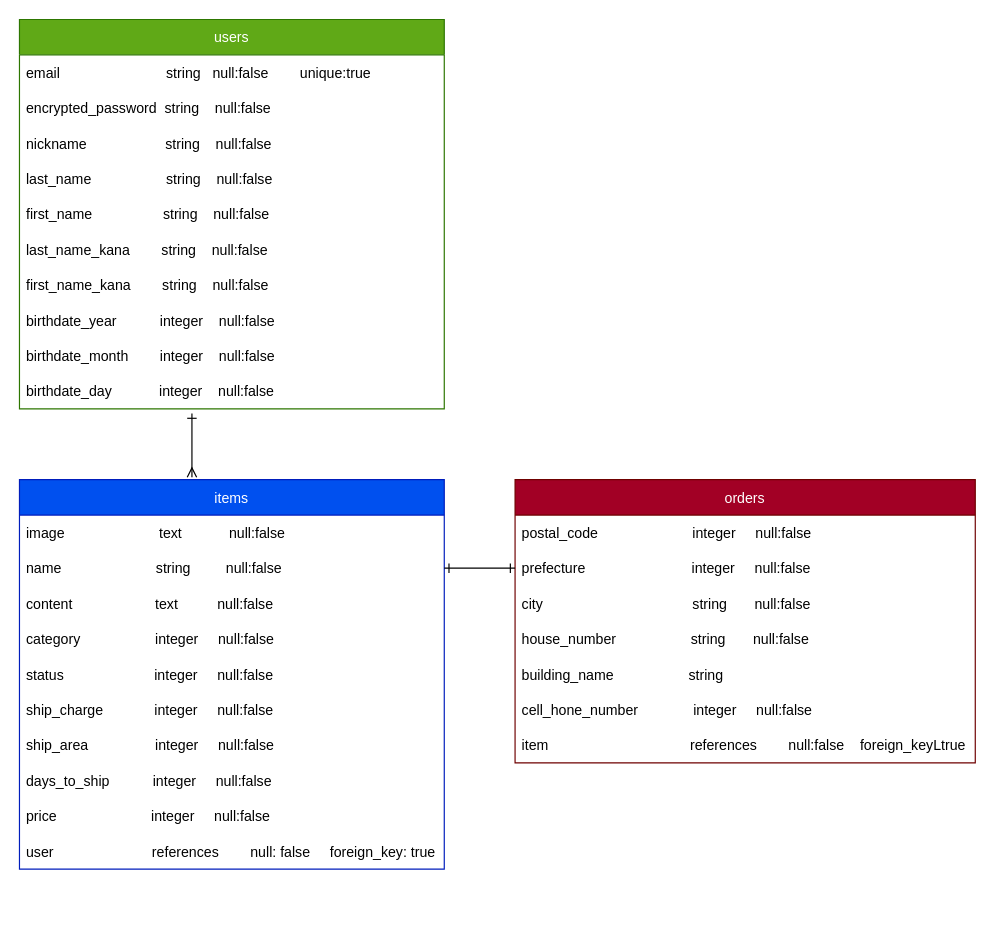
This is test.dio from Fuwa0319/furima-37397, a draw.io file, before an edit. Source tidied: cells renumbered, new cells numbered last; positions are measured from the earlier drawing's top-left corner, leaving out a move shared by most shapes. Both pictures are drawn from the tidied source at 118%, with x=0, y=0 at pixel (19, 19).
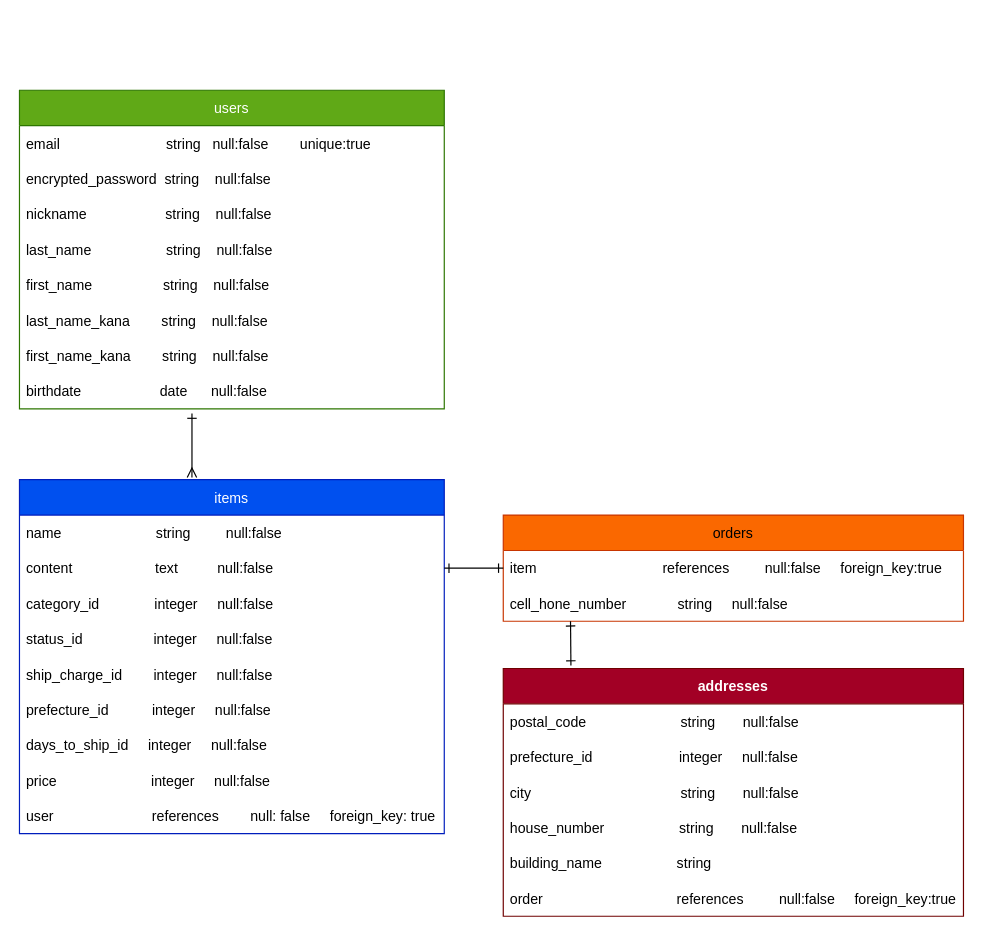
The same page after the edit.

What changed in the source:
```diff
@@
     <mxCell id="2" value="users" style="swimlane;fontStyle=0;horizontal=1;startSize=30;glass=0;swimlaneLine=1;rounded=0;shadow=0;strokeColor=#2D7600;fillColor=#60a917;swimlaneFillColor=default;fontColor=#ffffff;" parent="1" vertex="1">
-      <mxGeometry width="360" height="330" as="geometry" />
+      <mxGeometry y="60" width="360" height="270" as="geometry" />
     </mxCell>
@@
-    <mxCell id="10" value="birthdate_year           integer    null:false" style="text;strokeColor=none;fillColor=none;align=left;verticalAlign=middle;spacingLeft=4;spacingRight=4;overflow=hidden;" parent="2" vertex="1">
+    <mxCell id="10" value="birthdate                    date      null:false" style="text;strokeColor=none;fillColor=none;align=left;verticalAlign=middle;spacingLeft=4;spacingRight=4;overflow=hidden;" parent="2" vertex="1">
       <mxGeometry y="240" width="360" height="30" as="geometry" />
     </mxCell>
-    <mxCell id="11" value="birthdate_month        integer    null:false" style="text;strokeColor=none;fillColor=none;align=left;verticalAlign=middle;spacingLeft=4;spacingRight=4;overflow=hidden;" parent="2" vertex="1">
-      <mxGeometry y="270" width="360" height="30" as="geometry" />
-    </mxCell>
-    <mxCell id="12" value="birthdate_day            integer    null:false" style="text;strokeColor=none;fillColor=none;align=left;verticalAlign=middle;spacingLeft=4;spacingRight=4;overflow=hidden;points=[[0,0.5],[1,0.5]];portConstraint=eastwest;" parent="2" vertex="1">
-      <mxGeometry y="300" width="360" height="30" as="geometry" />
-    </mxCell>
     <mxCell id="13" value="items" style="swimlane;fontStyle=0;horizontal=1;startSize=30;fillColor=#0050ef;fontColor=#ffffff;strokeColor=#001DBC;swimlaneFillColor=default;" parent="1" vertex="1">
-      <mxGeometry y="390" width="360" height="330" as="geometry" />
+      <mxGeometry y="390" width="360" height="300" as="geometry" />
     </mxCell>
-    <mxCell id="14" value="image                        text            null:false" style="text;strokeColor=none;fillColor=none;align=left;verticalAlign=middle;spacingLeft=4;spacingRight=4;overflow=hidden;" parent="13" vertex="1">
-      <mxGeometry y="30" width="360" height="30" as="geometry" />
-    </mxCell>
     <mxCell id="15" value="name                        string         null:false" style="text;strokeColor=none;fillColor=none;align=left;verticalAlign=middle;spacingLeft=4;spacingRight=4;overflow=hidden;points=[[0,0.5],[1,0.5]];portConstraint=eastwest;" parent="13" vertex="1">
-      <mxGeometry y="60" width="360" height="30" as="geometry" />
+      <mxGeometry y="30" width="360" height="30" as="geometry" />
     </mxCell>
     <mxCell id="16" value="content                     text            null:false" style="text;strokeColor=none;fillColor=none;align=left;verticalAlign=middle;spacingLeft=4;spacingRight=4;overflow=hidden;points=[[0,0.5],[1,0.5]];portConstraint=eastwest;" parent="13" vertex="1">
-      <mxGeometry y="90" width="360" height="30" as="geometry" />
+      <mxGeometry y="60" width="360" height="30" as="geometry" />
     </mxCell>
-    <mxCell id="17" value="category                   integer     null:false" style="text;strokeColor=none;fillColor=none;align=left;verticalAlign=middle;spacingLeft=4;spacingRight=4;overflow=hidden;" parent="13" vertex="1">
-      <mxGeometry y="120" width="360" height="30" as="geometry" />
+    <mxCell id="17" value="category_id              integer     null:false" style="text;strokeColor=none;fillColor=none;align=left;verticalAlign=middle;spacingLeft=4;spacingRight=4;overflow=hidden;" parent="13" vertex="1">
+      <mxGeometry y="90" width="360" height="30" as="geometry" />
     </mxCell>
-    <mxCell id="18" value="status                       integer     null:false" style="text;strokeColor=none;fillColor=none;align=left;verticalAlign=middle;spacingLeft=4;spacingRight=4;overflow=hidden;" parent="13" vertex="1">
-      <mxGeometry y="150" width="360" height="30" as="geometry" />
+    <mxCell id="18" value="status_id                  integer     null:false" style="text;strokeColor=none;fillColor=none;align=left;verticalAlign=middle;spacingLeft=4;spacingRight=4;overflow=hidden;" parent="13" vertex="1">
+      <mxGeometry y="120" width="360" height="30" as="geometry" />
     </mxCell>
-    <mxCell id="19" value="ship_charge             integer     null:false" style="text;strokeColor=none;fillColor=none;align=left;verticalAlign=middle;spacingLeft=4;spacingRight=4;overflow=hidden;" parent="13" vertex="1">
-      <mxGeometry y="180" width="360" height="30" as="geometry" />
+    <mxCell id="19" value="ship_charge_id        integer     null:false" style="text;strokeColor=none;fillColor=none;align=left;verticalAlign=middle;spacingLeft=4;spacingRight=4;overflow=hidden;" parent="13" vertex="1">
+      <mxGeometry y="150" width="360" height="30" as="geometry" />
     </mxCell>
-    <mxCell id="20" value="ship_area                 integer     null:false" style="text;strokeColor=none;fillColor=none;align=left;verticalAlign=middle;spacingLeft=4;spacingRight=4;overflow=hidden;" parent="13" vertex="1">
-      <mxGeometry y="210" width="360" height="30" as="geometry" />
+    <mxCell id="20" value="prefecture_id           integer     null:false" style="text;strokeColor=none;fillColor=none;align=left;verticalAlign=middle;spacingLeft=4;spacingRight=4;overflow=hidden;" parent="13" vertex="1">
+      <mxGeometry y="180" width="360" height="30" as="geometry" />
     </mxCell>
-    <mxCell id="21" value="days_to_ship           integer     null:false" style="text;strokeColor=none;fillColor=none;align=left;verticalAlign=middle;spacingLeft=4;spacingRight=4;overflow=hidden;" parent="13" vertex="1">
-      <mxGeometry y="240" width="360" height="30" as="geometry" />
+    <mxCell id="21" value="days_to_ship_id     integer     null:false" style="text;strokeColor=none;fillColor=none;align=left;verticalAlign=middle;spacingLeft=4;spacingRight=4;overflow=hidden;" parent="13" vertex="1">
+      <mxGeometry y="210" width="360" height="30" as="geometry" />
     </mxCell>
     <mxCell id="22" value="price                        integer     null:false" style="text;strokeColor=none;fillColor=none;align=left;verticalAlign=middle;spacingLeft=4;spacingRight=4;overflow=hidden;fontStyle=0;" parent="13" vertex="1">
-      <mxGeometry y="270" width="360" height="30" as="geometry" />
+      <mxGeometry y="240" width="360" height="30" as="geometry" />
     </mxCell>
     <mxCell id="23" value="user                         references        null: false     foreign_key: true" style="text;strokeColor=none;fillColor=none;align=left;verticalAlign=middle;spacingLeft=4;spacingRight=4;overflow=hidden;fontStyle=0;" parent="13" vertex="1">
-      <mxGeometry y="300" width="360" height="30" as="geometry" />
+      <mxGeometry y="270" width="360" height="30" as="geometry" />
     </mxCell>
-    <mxCell id="24" value="orders" style="swimlane;fontStyle=0;horizontal=1;startSize=30;strokeColor=#6F0000;fillColor=#a20025;fontColor=#ffffff;swimlaneFillColor=default;perimeterSpacing=0;" parent="1" vertex="1">
-      <mxGeometry x="420" y="390" width="390" height="240" as="geometry" />
+    <mxCell id="24" value="addresses" style="swimlane;fontStyle=1;horizontal=1;startSize=30;strokeColor=#6F0000;fillColor=#a20025;fontColor=#ffffff;swimlaneFillColor=default;perimeterSpacing=0;" parent="1" vertex="1">
+      <mxGeometry x="410" y="550" width="390" height="210" as="geometry" />
     </mxCell>
-    <mxCell id="25" value="postal_code                        integer     null:false" style="text;strokeColor=none;fillColor=none;align=left;verticalAlign=middle;spacingLeft=4;spacingRight=4;overflow=hidden;perimeterSpacing=0;strokeWidth=1;" parent="24" vertex="1">
+    <mxCell id="25" value="postal_code                        string       null:false" style="text;strokeColor=none;fillColor=none;align=left;verticalAlign=middle;spacingLeft=4;spacingRight=4;overflow=hidden;perimeterSpacing=0;strokeWidth=1;" parent="24" vertex="1">
       <mxGeometry y="30" width="390" height="30" as="geometry" />
     </mxCell>
-    <mxCell id="26" value="prefecture                           integer     null:false" style="text;strokeColor=none;fillColor=none;align=left;verticalAlign=middle;spacingLeft=4;spacingRight=4;overflow=hidden;points=[[0,0.5],[1,0.5]];portConstraint=eastwest;" parent="24" vertex="1">
+    <mxCell id="26" value="prefecture_id                      integer     null:false" style="text;strokeColor=none;fillColor=none;align=left;verticalAlign=middle;spacingLeft=4;spacingRight=4;overflow=hidden;points=[[0,0.5],[1,0.5]];portConstraint=eastwest;" parent="24" vertex="1">
       <mxGeometry y="60" width="390" height="30" as="geometry" />
     </mxCell>
@@
+    <mxCell id="35" value="order                                  references         null:false     foreign_key:true" style="text;strokeColor=none;fillColor=none;align=left;verticalAlign=middle;spacingLeft=4;spacingRight=4;overflow=hidden;" parent="24" vertex="1">
+      <mxGeometry y="180" width="390" height="30" as="geometry" />
+    </mxCell>
+    <mxCell id="32" style="html=1;exitX=1;exitY=0.5;exitDx=0;exitDy=0;entryX=0;entryY=0.5;entryDx=0;entryDy=0;endArrow=ERone;endFill=0;strokeColor=none;startArrow=ERone;startFill=0;" parent="1" edge="1" source="15" target="26">
+      <mxGeometry relative="1" as="geometry" />
+    </mxCell>
+    <mxCell id="34" style="edgeStyle=none;html=1;exitX=0.406;exitY=1.133;exitDx=0;exitDy=0;entryX=0.406;entryY=-0.006;entryDx=0;entryDy=0;startArrow=ERone;startFill=0;endArrow=ERmany;endFill=0;entryPerimeter=0;exitPerimeter=0;" parent="1" edge="1" target="13">
+      <mxGeometry relative="1" as="geometry">
+        <mxPoint x="146.2" y="334" as="sourcePoint" />
+      </mxGeometry>
+    </mxCell>
+    <mxCell id="36" value="orders" style="swimlane;fontStyle=0;horizontal=1;startSize=30;fillColor=#fa6800;fontColor=#000000;strokeColor=#C73500;swimlaneFillColor=default;" parent="1" vertex="1">
+      <mxGeometry x="410" y="420" width="390" height="90" as="geometry" />
+    </mxCell>
+    <mxCell id="37" value="item                                references         null:false     foreign_key:true " style="text;strokeColor=none;fillColor=none;align=left;verticalAlign=middle;spacingLeft=4;spacingRight=4;overflow=hidden;" parent="36" vertex="1">
+      <mxGeometry y="30" width="390" height="30" as="geometry" />
+    </mxCell>
-    <mxCell id="30" value="cell_hone_number              integer     null:false" style="text;strokeColor=none;fillColor=none;align=left;verticalAlign=middle;spacingLeft=4;spacingRight=4;overflow=hidden;" parent="24" vertex="1">
-      <mxGeometry y="180" width="390" height="30" as="geometry" />
+    <mxCell id="30" value="cell_hone_number             string     null:false" style="text;strokeColor=none;fillColor=none;align=left;verticalAlign=middle;spacingLeft=4;spacingRight=4;overflow=hidden;" parent="36" vertex="1">
+      <mxGeometry y="60" width="390" height="30" as="geometry" />
     </mxCell>
-    <mxCell id="31" value="item                                    references        null:false    foreign_keyLtrue" style="text;strokeColor=none;fillColor=none;align=left;verticalAlign=middle;spacingLeft=4;spacingRight=4;overflow=hidden;" parent="24" vertex="1">
-      <mxGeometry y="210" width="390" height="30" as="geometry" />
-    </mxCell>
-    <mxCell id="32" style="html=1;exitX=1;exitY=0.5;exitDx=0;exitDy=0;entryX=0;entryY=0.5;entryDx=0;entryDy=0;endArrow=ERone;endFill=0;strokeColor=none;startArrow=ERone;startFill=0;" parent="1" edge="1" source="15" target="26">
-      <mxGeometry relative="1" as="geometry" />
-    </mxCell>
-    <mxCell id="33" style="edgeStyle=none;html=1;exitX=1;exitY=0.5;exitDx=0;exitDy=0;startArrow=ERone;startFill=0;endArrow=ERone;endFill=0;" parent="1" edge="1" source="15">
-      <mxGeometry relative="1" as="geometry">
-        <mxPoint x="420" y="465" as="targetPoint" />
-      </mxGeometry>
-    </mxCell>
-    <mxCell id="34" style="edgeStyle=none;html=1;exitX=0.406;exitY=1.133;exitDx=0;exitDy=0;entryX=0.406;entryY=-0.006;entryDx=0;entryDy=0;startArrow=ERone;startFill=0;endArrow=ERmany;endFill=0;entryPerimeter=0;exitPerimeter=0;" parent="1" edge="1" source="12" target="13">
-      <mxGeometry relative="1" as="geometry" />
-    </mxCell>
+    <mxCell id="38" style="edgeStyle=none;html=1;exitX=1;exitY=0.5;exitDx=0;exitDy=0;entryX=0;entryY=0.5;entryDx=0;entryDy=0;endArrow=ERone;endFill=0;startArrow=ERone;startFill=0;" parent="1" edge="1" source="16">
+      <mxGeometry relative="1" as="geometry">
+        <mxPoint x="410" y="465" as="targetPoint" />
+      </mxGeometry>
+    </mxCell>
+    <mxCell id="39" style="edgeStyle=none;html=1;exitX=0.147;exitY=-0.012;exitDx=0;exitDy=0;endArrow=ERone;endFill=0;startArrow=ERone;startFill=0;exitPerimeter=0;" parent="1" edge="1" source="24">
+      <mxGeometry relative="1" as="geometry">
+        <mxPoint x="467" y="510" as="targetPoint" />
+      </mxGeometry>
+    </mxCell>
```
